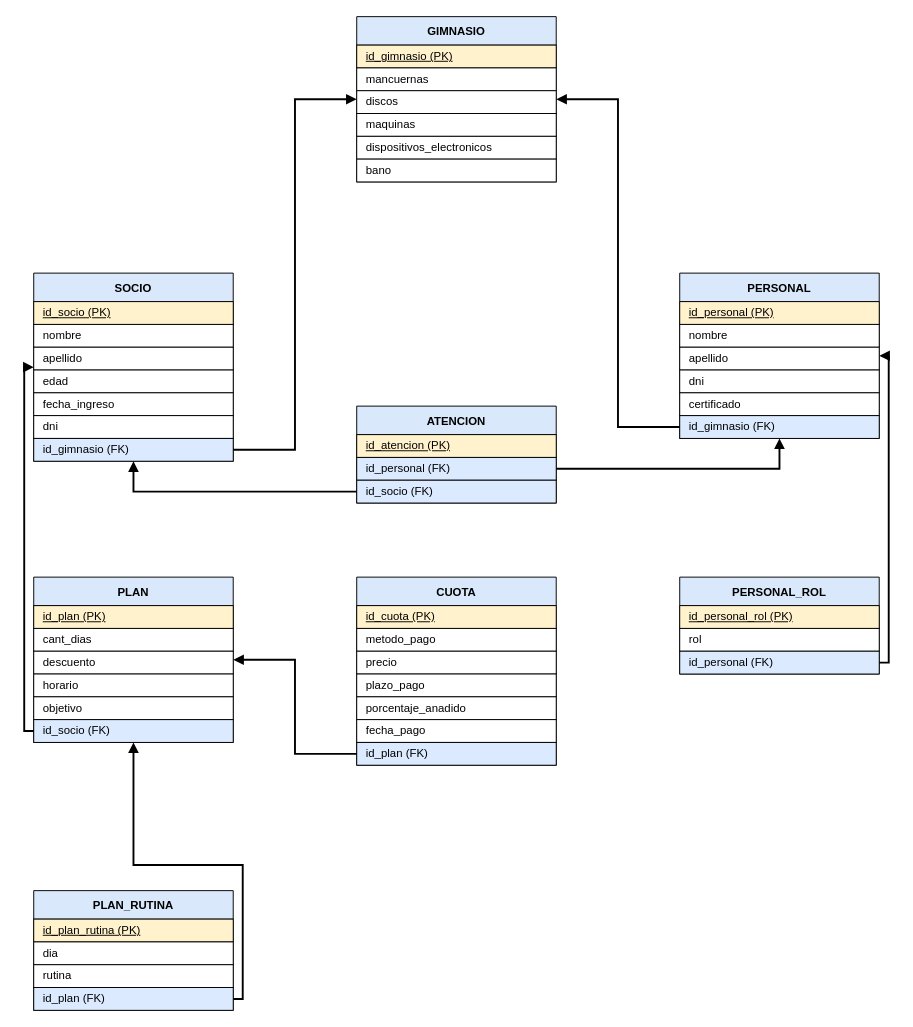
Before: Diagramas/Esquema-relacional-gimnasio.drawio in tizianogale2017-tech/BaseDeDatos-Final-Gimnasio, a draw.io diagram. Source tidied: cells renumbered, new cells numbered last; positions are measured from the earlier drawing's top-left corner, leaving out a move shared by most shapes. Both pictures are drawn from the tidied source at 95%, with x=0, y=0 at pixel (33, 16).
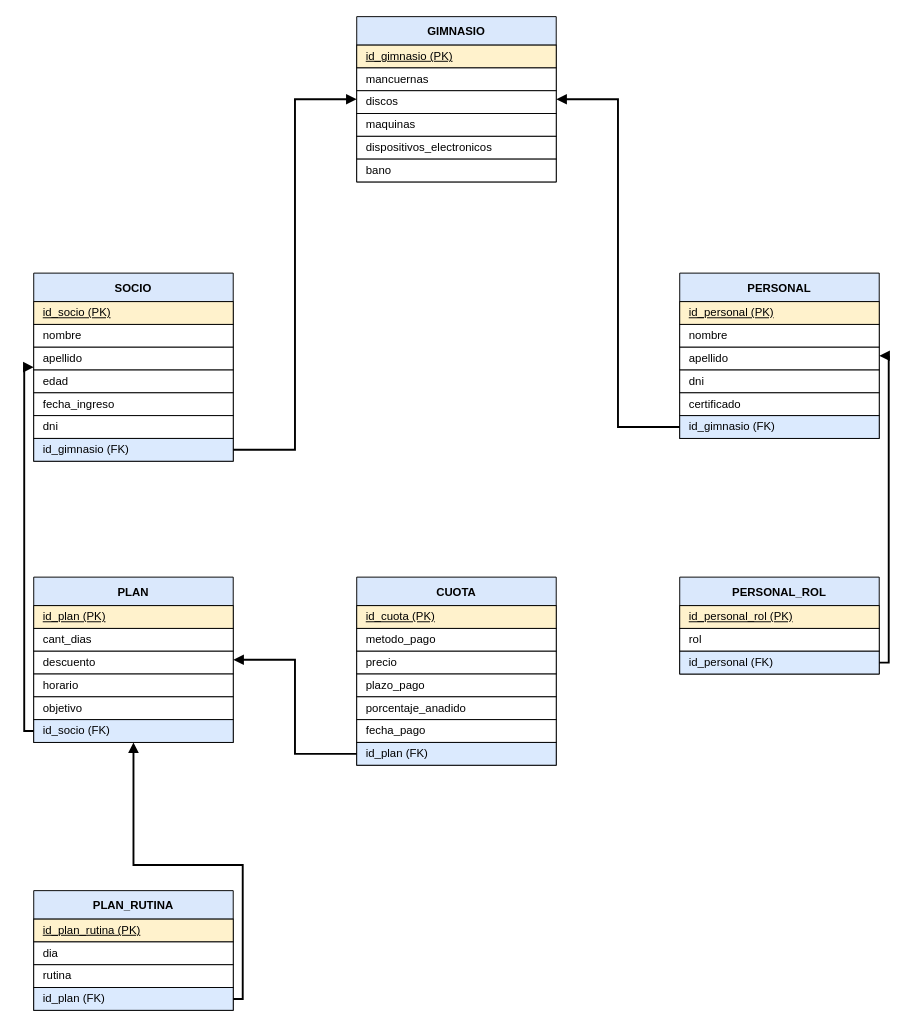
Above is the later version.

Unchanged cells that the change refers to:
```xml
<mxCell id="9" value="SOCIO" style="swimlane;fontStyle=1;horizontal=1;startSize=30;fillColor=#dae8fc;strokeColor=#000000;" parent="1" vertex="1">
  <mxGeometry y="270" width="210" height="198" as="geometry" />
</mxCell>
<mxCell id="17" value="PERSONAL" style="swimlane;fontStyle=1;horizontal=1;startSize=30;fillColor=#dae8fc;strokeColor=#000000;" parent="1" vertex="1">
  <mxGeometry x="680" y="270" width="210" height="174" as="geometry" />
</mxCell>
```

The edit, as a diff of the source:
```diff
@@
-    <mxCell id="28" value="ATENCION" style="swimlane;fontStyle=1;horizontal=1;startSize=30;fillColor=#dae8fc;strokeColor=#000000;" parent="1" vertex="1">
-      <mxGeometry x="340" y="410" width="210" height="102" as="geometry" />
-    </mxCell>
-    <mxCell id="29" value="id_atencion  (PK)" style="text;strokeColor=#000000;fillColor=#fff2cc;align=left;verticalAlign=middle;spacingLeft=8;whiteSpace=wrap;html=1;fontSize=12;fontStyle=4;" parent="28" vertex="1">
-      <mxGeometry y="30" width="210" height="24" as="geometry" />
-    </mxCell>
-    <mxCell id="30" value="id_personal  (FK)" style="text;strokeColor=#000000;fillColor=#dbeafe;align=left;verticalAlign=middle;spacingLeft=8;whiteSpace=wrap;html=1;fontSize=12;" parent="28" vertex="1">
-      <mxGeometry y="54" width="210" height="24" as="geometry" />
-    </mxCell>
-    <mxCell id="31" value="id_socio  (FK)" style="text;strokeColor=#000000;fillColor=#dbeafe;align=left;verticalAlign=middle;spacingLeft=8;whiteSpace=wrap;html=1;fontSize=12;" parent="28" vertex="1">
-      <mxGeometry y="78" width="210" height="24" as="geometry" />
-    </mxCell>
@@
-    <mxCell id="58" style="edgeStyle=orthogonalEdgeStyle;endArrow=block;endFill=1;html=1;rounded=0;strokeWidth=2;exitX=1;exitY=0.5;entryX=0.5;entryY=1;" parent="1" edge="1" source="30" target="17">
-      <mxGeometry relative="1" as="geometry" />
-    </mxCell>
-    <mxCell id="59" style="edgeStyle=orthogonalEdgeStyle;endArrow=block;endFill=1;html=1;rounded=0;strokeWidth=2;exitX=0;exitY=0.5;entryX=0.5;entryY=1;" parent="1" edge="1" source="31" target="9">
-      <mxGeometry relative="1" as="geometry" />
-    </mxCell>
```
